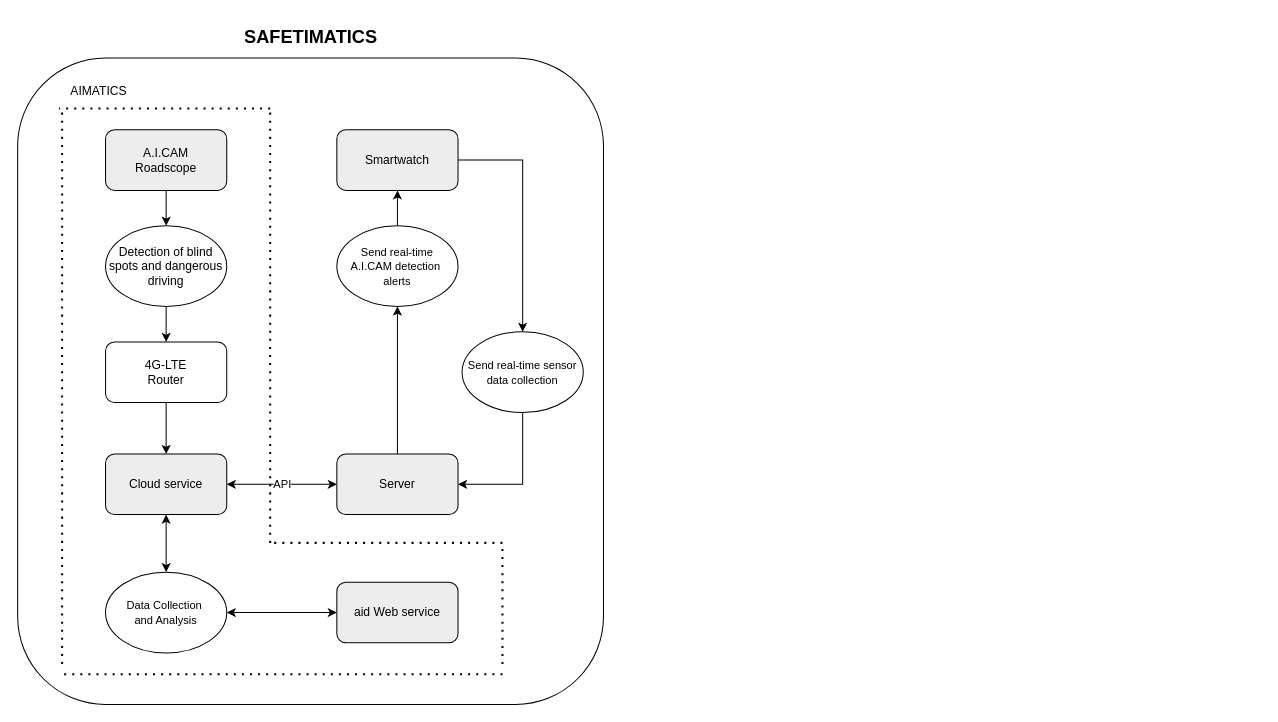
The draw.io diagram page "페이지-2의 복사본" (3 of 6) of objective_tree.drawio in VegetableKim/-, before the edit. Source tidied: cells renumbered, new cells numbered last; positions are measured from the earlier drawing's top-left corner, leaving out a move shared by most shapes. Both pictures are drawn from the tidied source at 101%, with x=0, y=0 at pixel (17, 17).
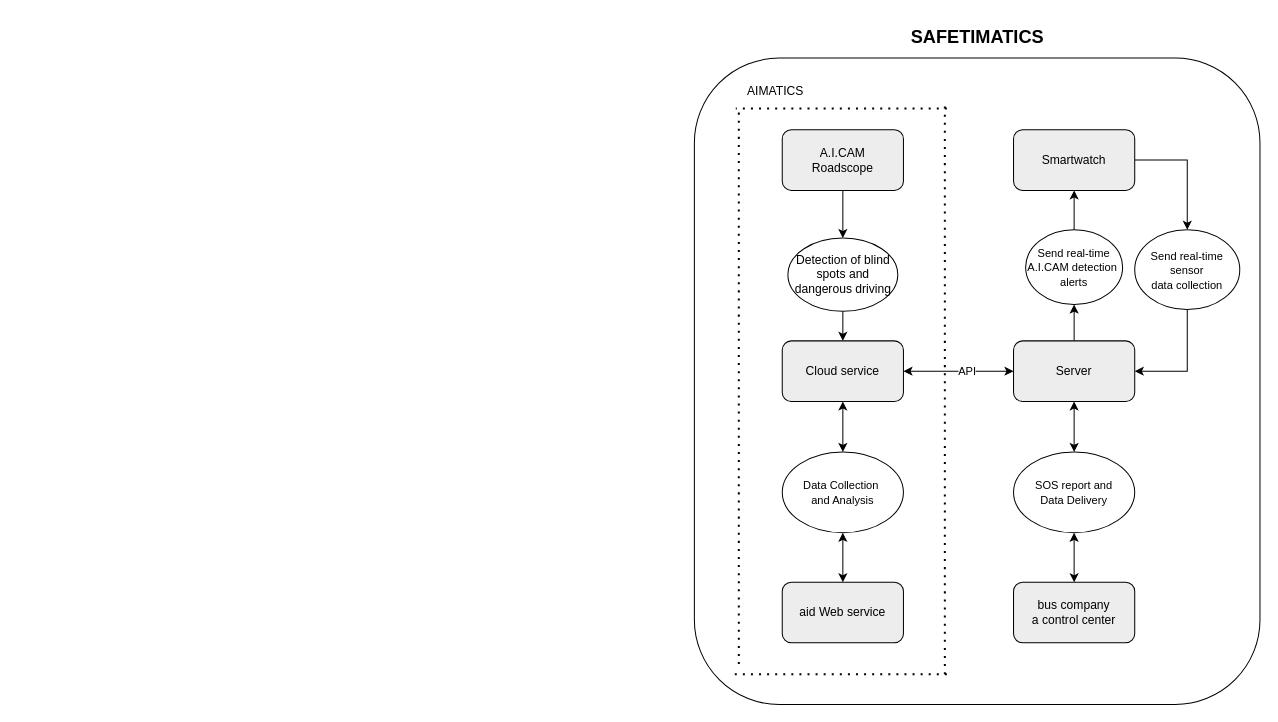
After the change.

Diff of the diagram source:
```diff
@@
-    <mxCell id="2" style="rounded=1;whiteSpace=wrap;html=1;" parent="1" vertex="1">
-      <mxGeometry y="40" width="580" height="640" as="geometry" />
-    </mxCell>
+    <mxCell id="31" style="rounded=1;whiteSpace=wrap;html=1;" parent="1" vertex="1">
+      <mxGeometry x="670" y="40" width="560" height="640" as="geometry" />
+    </mxCell>
@@
     <mxCell id="4" value="A.I.CAM&lt;div&gt;Roadscope&lt;/div&gt;" style="rounded=1;whiteSpace=wrap;html=1;fillColor=#EDEDED;" parent="1" vertex="1">
-      <mxGeometry x="87" y="111" width="120" height="60" as="geometry" />
+      <mxGeometry x="757" y="111" width="120" height="60" as="geometry" />
     </mxCell>
@@
     <mxCell id="6" value="Smartwatch" style="rounded=1;whiteSpace=wrap;html=1;fillColor=#EDEDED;" parent="1" vertex="1">
-      <mxGeometry x="316" y="111" width="120" height="60" as="geometry" />
+      <mxGeometry x="986" y="111" width="120" height="60" as="geometry" />
     </mxCell>
-    <mxCell id="7" style="edgeStyle=orthogonalEdgeStyle;rounded=0;jettySize=auto;html=1;exitX=0.5;exitY=1;exitDx=0;exitDy=0;entryX=0.5;entryY=0;entryDx=0;entryDy=0;" parent="1" edge="1" source="8" target="9">
-      <mxGeometry x="-0.23" y="14" relative="1" as="geometry" />
-    </mxCell>
-    <mxCell id="8" value="4G-LTE&lt;div&gt;Router&lt;/div&gt;" style="rounded=1;whiteSpace=wrap;html=1;" parent="1" vertex="1">
-      <mxGeometry x="87" y="321" width="120" height="60" as="geometry" />
-    </mxCell>
     <mxCell id="9" value="Cloud service" style="rounded=1;whiteSpace=wrap;html=1;fillColor=#EDEDED;" parent="1" vertex="1">
-      <mxGeometry x="87" y="432" width="120" height="60" as="geometry" />
+      <mxGeometry x="757" y="320" width="120" height="60" as="geometry" />
     </mxCell>
@@
     <mxCell id="11" value="Server" style="rounded=1;whiteSpace=wrap;html=1;fillColor=#EDEDED;" parent="1" vertex="1">
-      <mxGeometry x="316" y="432" width="120" height="60" as="geometry" />
+      <mxGeometry x="986" y="320" width="120" height="60" as="geometry" />
     </mxCell>
     <mxCell id="12" value="API" style="endArrow=classic;startArrow=classic;html=1;rounded=0;exitX=1;exitY=0.5;exitDx=0;exitDy=0;entryX=0;entryY=0.5;entryDx=0;entryDy=0;" parent="1" edge="1" source="9" target="11">
-      <mxGeometry relative="1" as="geometry" />
+      <mxGeometry x="0.16" relative="1" as="geometry" />
     </mxCell>
     <mxCell id="13" value="aid Web service" style="rounded=1;whiteSpace=wrap;html=1;fillColor=#EDEDED;" parent="1" vertex="1">
-      <mxGeometry x="316" y="559" width="120" height="60" as="geometry" />
+      <mxGeometry x="757" y="559" width="120" height="60" as="geometry" />
     </mxCell>
-    <mxCell id="14" style="edgeStyle=orthogonalEdgeStyle;rounded=0;jettySize=auto;html=1;exitX=0.5;exitY=1;exitDx=0;exitDy=0;entryX=0.5;entryY=0;entryDx=0;entryDy=0;" parent="1" edge="1" source="15" target="8">
-      <mxGeometry relative="1" as="geometry" />
-    </mxCell>
+    <mxCell id="32" style="edgeStyle=orthogonalEdgeStyle;rounded=0;jettySize=auto;html=1;exitX=0.5;exitY=1;exitDx=0;exitDy=0;entryX=0.5;entryY=0;entryDx=0;entryDy=0;" parent="1" edge="1" source="15" target="9">
+      <mxGeometry relative="1" as="geometry" />
+    </mxCell>
     <mxCell id="15" value="Detection of blind spots and dangerous driving" style="ellipse;whiteSpace=wrap;html=1;" parent="1" vertex="1">
-      <mxGeometry x="87" y="206" width="120" height="80" as="geometry" />
+      <mxGeometry x="762.6" y="218.2" width="108.8" height="72.5" as="geometry" />
     </mxCell>
@@
-    <mxCell id="17" value="&lt;span style=&quot;font-size: 11px; text-wrap-mode: nowrap;&quot;&gt;Send real-time&lt;/span&gt;&lt;div&gt;&lt;span style=&quot;font-size: 11px; text-wrap-mode: nowrap;&quot;&gt;A.I.CAM detection&amp;nbsp;&lt;/span&gt;&lt;/div&gt;&lt;div&gt;&lt;span style=&quot;font-size: 11px; text-wrap-mode: nowrap;&quot;&gt;alerts&lt;/span&gt;&lt;/div&gt;" style="ellipse;whiteSpace=wrap;html=1;" parent="1" vertex="1">
-      <mxGeometry x="316" y="206" width="120" height="80" as="geometry" />
+    <mxCell id="17" value="&lt;span style=&quot;text-wrap-mode: nowrap; font-size: 11px;&quot;&gt;Send real-time&lt;/span&gt;&lt;div&gt;&lt;span style=&quot;font-size: 11px; text-wrap-mode: nowrap;&quot;&gt;A.I.CAM detection&amp;nbsp;&lt;/span&gt;&lt;/div&gt;&lt;div&gt;&lt;span style=&quot;font-size: 11px; text-wrap-mode: nowrap;&quot;&gt;alerts&lt;/span&gt;&lt;/div&gt;" style="ellipse;whiteSpace=wrap;html=1;" parent="1" vertex="1">
+      <mxGeometry x="998" y="210" width="96" height="74" as="geometry" />
     </mxCell>
@@
-    <mxCell id="19" value="&lt;span style=&quot;font-size: 11px; text-wrap-mode: nowrap;&quot;&gt;Send real-time sensor&lt;/span&gt;&lt;div&gt;&lt;span style=&quot;font-size: 11px; text-wrap-mode: nowrap;&quot;&gt;data collection&lt;/span&gt;&lt;/div&gt;" style="ellipse;whiteSpace=wrap;html=1;" parent="1" vertex="1">
-      <mxGeometry x="440" y="311" width="120" height="80" as="geometry" />
+    <mxCell id="19" value="&lt;span style=&quot;text-wrap-mode: nowrap; font-size: 11px;&quot;&gt;Send real-time&lt;/span&gt;&lt;div&gt;&lt;span style=&quot;text-wrap-mode: nowrap; font-size: 11px;&quot;&gt;sensor&lt;/span&gt;&lt;div&gt;&lt;span style=&quot;font-size: 11px; text-wrap-mode: nowrap;&quot;&gt;data collection&lt;/span&gt;&lt;/div&gt;&lt;/div&gt;" style="ellipse;whiteSpace=wrap;html=1;" parent="1" vertex="1">
+      <mxGeometry x="1106" y="210" width="104" height="79" as="geometry" />
     </mxCell>
-    <mxCell id="20" value="&lt;span style=&quot;font-size: 11px; text-wrap-mode: nowrap;&quot;&gt;Data Collection&amp;nbsp;&lt;/span&gt;&lt;div&gt;&lt;span style=&quot;font-size: 11px; text-wrap-mode: nowrap;&quot;&gt;and Analysis&lt;/span&gt;&lt;/div&gt;" style="ellipse;whiteSpace=wrap;html=1;" parent="1" vertex="1">
-      <mxGeometry x="87" y="549" width="120" height="80" as="geometry" />
+    <mxCell id="20" value="&lt;span style=&quot;text-wrap-mode: nowrap; font-size: 11px;&quot;&gt;Data Collection&amp;nbsp;&lt;/span&gt;&lt;div&gt;&lt;span style=&quot;font-size: 11px; text-wrap-mode: nowrap;&quot;&gt;and Analysis&lt;/span&gt;&lt;/div&gt;" style="ellipse;whiteSpace=wrap;html=1;" parent="1" vertex="1">
+      <mxGeometry x="757" y="430" width="120" height="80" as="geometry" />
     </mxCell>
@@
-    <mxCell id="22" style="endArrow=classic;startArrow=classic;html=1;rounded=0;exitX=0;exitY=0.5;exitDx=0;exitDy=0;entryX=1;entryY=0.5;entryDx=0;entryDy=0;" parent="1" edge="1" source="13" target="20">
-      <mxGeometry relative="1" as="geometry" />
-    </mxCell>
-    <mxCell id="23" style="endArrow=none;dashed=1;html=1;dashPattern=1 3;strokeWidth=2;rounded=0;" parent="1" edge="1">
-      <mxGeometry relative="1" as="geometry">
-        <mxPoint x="44" y="640" as="sourcePoint" />
-        <mxPoint x="44" y="88" as="targetPoint" />
-      </mxGeometry>
-    </mxCell>
-    <mxCell id="24" style="endArrow=none;dashed=1;html=1;dashPattern=1 3;strokeWidth=2;rounded=0;" parent="1" edge="1">
-      <mxGeometry relative="1" as="geometry">
-        <mxPoint x="250" y="520" as="sourcePoint" />
-        <mxPoint x="250" y="90" as="targetPoint" />
-      </mxGeometry>
-    </mxCell>
-    <mxCell id="25" style="endArrow=none;dashed=1;html=1;dashPattern=1 3;strokeWidth=2;rounded=0;" parent="1" edge="1">
-      <mxGeometry relative="1" as="geometry">
-        <mxPoint x="250" y="90" as="sourcePoint" />
-        <mxPoint x="41" y="90" as="targetPoint" />
-      </mxGeometry>
-    </mxCell>
-    <mxCell id="26" style="endArrow=none;dashed=1;html=1;dashPattern=1 3;strokeWidth=2;rounded=0;" parent="1" edge="1">
-      <mxGeometry relative="1" as="geometry">
-        <mxPoint x="480" y="650" as="sourcePoint" />
-        <mxPoint x="40" y="650" as="targetPoint" />
-      </mxGeometry>
-    </mxCell>
-    <mxCell id="27" style="endArrow=none;dashed=1;html=1;dashPattern=1 3;strokeWidth=2;rounded=0;" parent="1" edge="1">
-      <mxGeometry relative="1" as="geometry">
-        <mxPoint x="480" y="640" as="sourcePoint" />
-        <mxPoint x="480" y="520" as="targetPoint" />
-      </mxGeometry>
-    </mxCell>
-    <mxCell id="28" style="endArrow=none;dashed=1;html=1;dashPattern=1 3;strokeWidth=2;rounded=0;" parent="1" edge="1">
-      <mxGeometry relative="1" as="geometry">
-        <mxPoint x="480" y="520" as="sourcePoint" />
-        <mxPoint x="250" y="520" as="targetPoint" />
-      </mxGeometry>
-    </mxCell>
+    <mxCell id="33" style="endArrow=none;dashed=1;html=1;dashPattern=1 3;strokeWidth=2;rounded=0;" parent="1" edge="1">
+      <mxGeometry relative="1" as="geometry">
+        <mxPoint x="714" y="640" as="sourcePoint" />
+        <mxPoint x="714" y="88" as="targetPoint" />
+      </mxGeometry>
+    </mxCell>
+    <mxCell id="34" style="endArrow=none;dashed=1;html=1;dashPattern=1 3;strokeWidth=2;rounded=0;" parent="1" edge="1">
+      <mxGeometry relative="1" as="geometry">
+        <mxPoint x="920" y="90" as="sourcePoint" />
+        <mxPoint x="711" y="90" as="targetPoint" />
+      </mxGeometry>
+    </mxCell>
+    <mxCell id="35" style="endArrow=none;dashed=1;html=1;dashPattern=1 3;strokeWidth=2;rounded=0;" parent="1" edge="1">
+      <mxGeometry relative="1" as="geometry">
+        <mxPoint x="920" y="650" as="sourcePoint" />
+        <mxPoint x="710" y="650" as="targetPoint" />
+      </mxGeometry>
+    </mxCell>
     <mxCell id="29" value="AIMATICS" style="text;html=1;align=center;verticalAlign=middle;strokeColor=none;fillColor=none;" parent="1" vertex="1">
-      <mxGeometry x="40" y="58" width="80" height="30" as="geometry" />
+      <mxGeometry x="710" y="58" width="80" height="30" as="geometry" />
     </mxCell>
     <mxCell id="30" value="&lt;font style=&quot;font-size: 18px;&quot;&gt;&lt;b&gt;SAFETIMATICS&lt;/b&gt;&lt;/font&gt;" style="text;html=1;align=center;verticalAlign=middle;strokeColor=none;fillColor=none;" parent="1" vertex="1">
-      <mxGeometry x="210" width="160" height="40" as="geometry" />
+      <mxGeometry x="870" width="160" height="40" as="geometry" />
     </mxCell>
+    <mxCell id="36" style="endArrow=classic;startArrow=classic;html=1;rounded=0;exitX=0.5;exitY=1;exitDx=0;exitDy=0;entryX=0.5;entryY=0;entryDx=0;entryDy=0;" parent="1" edge="1" source="20" target="13">
+      <mxGeometry relative="1" as="geometry" />
+    </mxCell>
+    <mxCell id="37" style="endArrow=none;dashed=1;html=1;dashPattern=1 3;strokeWidth=2;rounded=0;" parent="1" edge="1">
+      <mxGeometry relative="1" as="geometry">
+        <mxPoint x="918" y="650" as="sourcePoint" />
+        <mxPoint x="918" y="87" as="targetPoint" />
+      </mxGeometry>
+    </mxCell>
+    <mxCell id="38" value="&lt;div&gt;bus company&lt;/div&gt;&lt;div&gt;a control center&lt;/div&gt;" style="rounded=1;whiteSpace=wrap;html=1;fillColor=#EDEDED;" parent="1" vertex="1">
+      <mxGeometry x="986" y="559" width="120" height="60" as="geometry" />
+    </mxCell>
+    <mxCell id="39" value="&lt;div&gt;&lt;span style=&quot;font-size: 11px; text-wrap-mode: nowrap;&quot;&gt;SOS report and&lt;/span&gt;&lt;/div&gt;&lt;div&gt;&lt;span style=&quot;font-size: 11px; text-wrap-mode: nowrap;&quot;&gt;Data Delivery&lt;/span&gt;&lt;/div&gt;" style="ellipse;whiteSpace=wrap;html=1;" parent="1" vertex="1">
+      <mxGeometry x="986" y="430" width="120" height="80" as="geometry" />
+    </mxCell>
+    <mxCell id="40" style="endArrow=classic;startArrow=classic;html=1;rounded=0;entryX=0.5;entryY=1;entryDx=0;entryDy=0;exitX=0.5;exitY=0;exitDx=0;exitDy=0;" parent="1" edge="1" source="39" target="11">
+      <mxGeometry relative="1" as="geometry" />
+    </mxCell>
+    <mxCell id="41" style="endArrow=classic;startArrow=classic;html=1;rounded=0;entryX=0.5;entryY=0;entryDx=0;entryDy=0;exitX=0.5;exitY=1;exitDx=0;exitDy=0;" parent="1" edge="1" source="39" target="38">
+      <mxGeometry relative="1" as="geometry" />
+    </mxCell>
```
